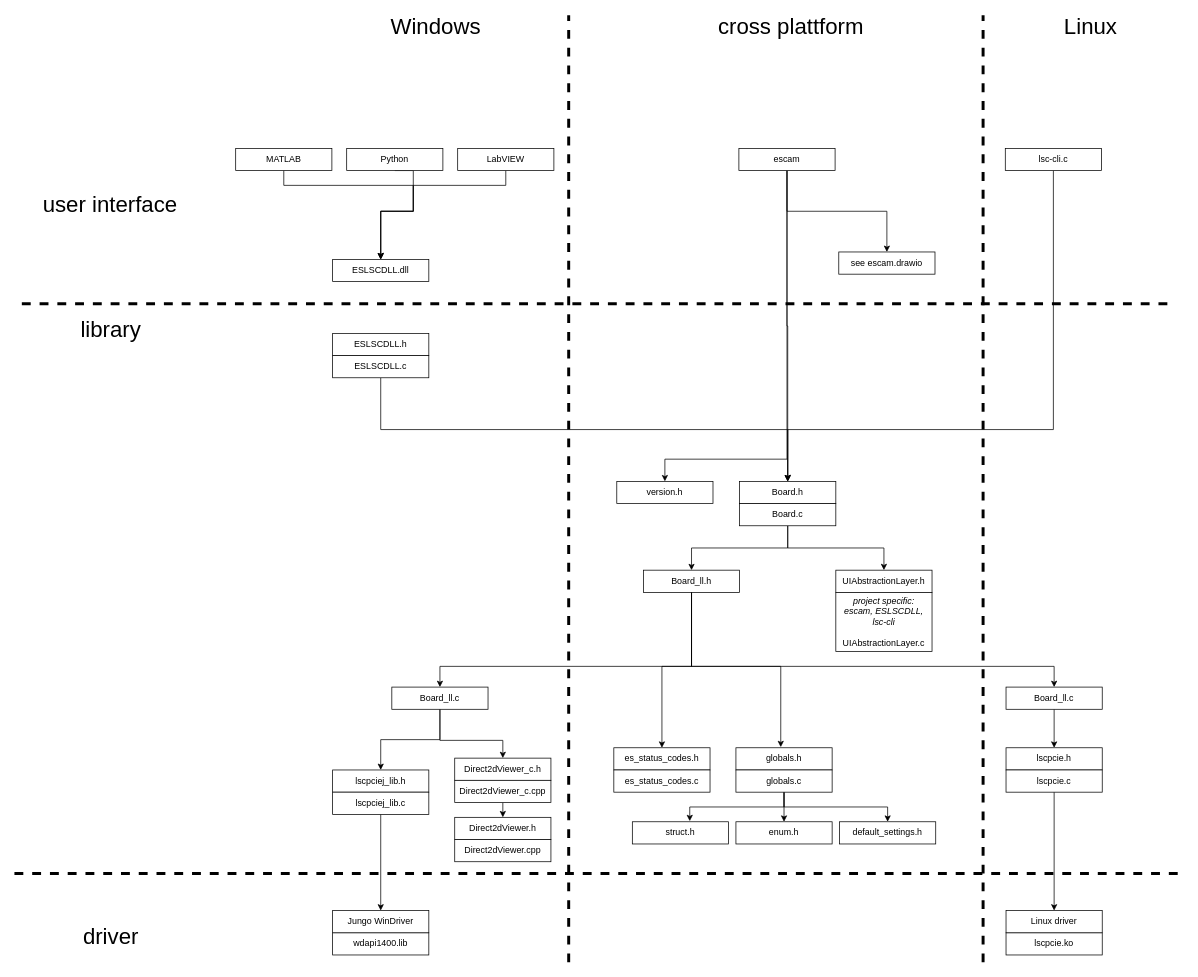
This is doc/software_structure.drawio from Entwicklungsburo-Stresing/EBST_CAM, a draw.io file, before an edit. Source tidied: cells renumbered, new cells numbered last; positions are measured from the earlier drawing's top-left corner, leaving out a move shared by most shapes. Both pictures are drawn from the tidied source at 74%, with x=0, y=0 at pixel (14, 15).
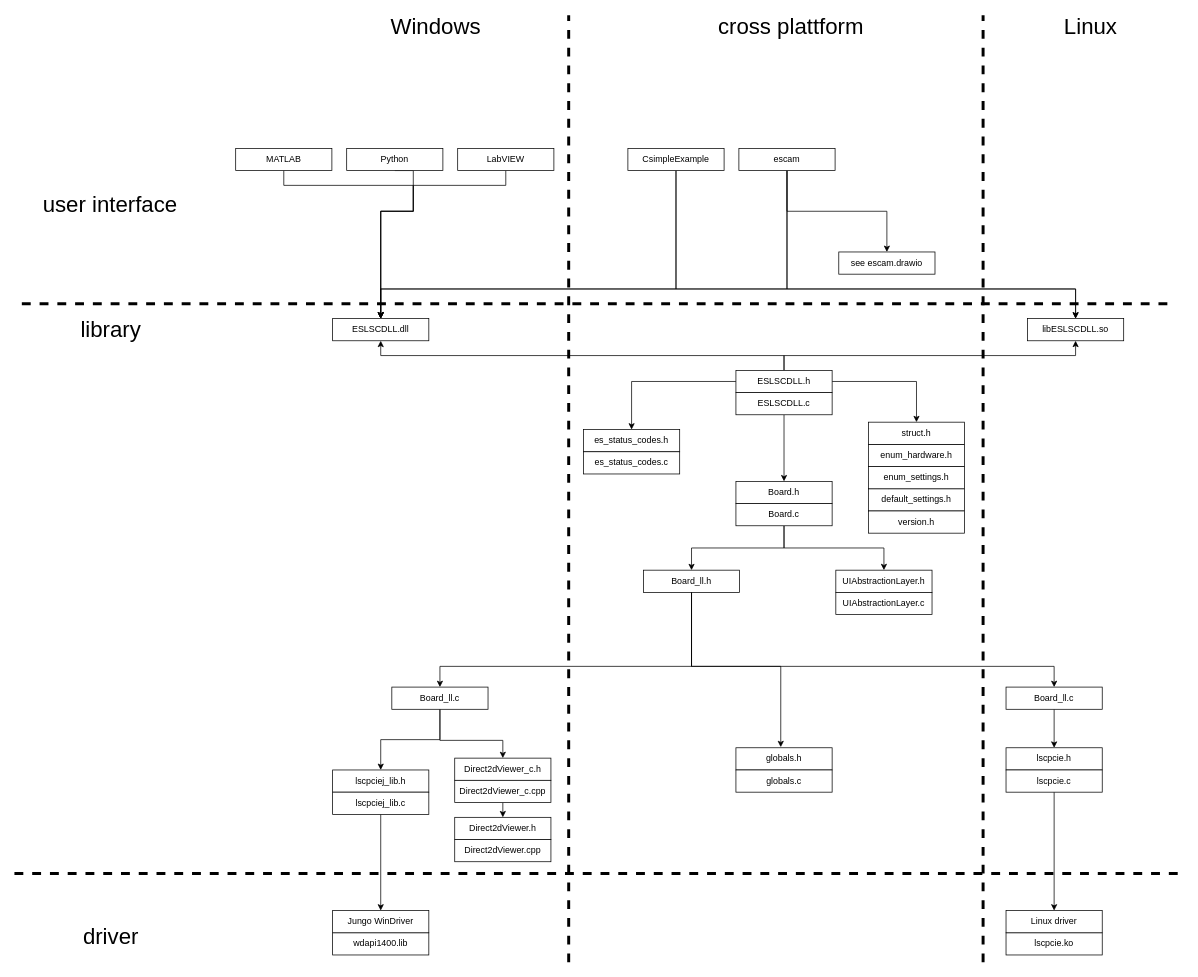
The same page after the edit.

The change refers to these unchanged cells:
```xml
<mxCell id="9" value="Board_ll.h" style="rounded=0;whiteSpace=wrap;html=1;" parent="1" vertex="1">
  <mxGeometry x="850" y="750" width="130" height="30" as="geometry" />
</mxCell>
<mxCell id="25" value="globals.c" style="rounded=0;whiteSpace=wrap;html=1;" parent="1" vertex="1">
  <mxGeometry x="975" y="1020" width="130" height="30" as="geometry" />
</mxCell>
<mxCell id="49" value="escam" style="rounded=0;whiteSpace=wrap;html=1;" parent="1" vertex="1">
  <mxGeometry x="979" y="180" width="130" height="30" as="geometry" />
</mxCell>
```

What changed in the source:
```diff
@@
     <mxCell id="2" value="Board.h" style="rounded=0;whiteSpace=wrap;html=1;" parent="1" vertex="1">
-      <mxGeometry x="980" y="630" width="130" height="30" as="geometry" />
+      <mxGeometry x="975" y="630" width="130" height="30" as="geometry" />
     </mxCell>
@@
     <mxCell id="5" value="Board.c" style="rounded=0;whiteSpace=wrap;html=1;" parent="1" vertex="1">
-      <mxGeometry x="980" y="660" width="130" height="30" as="geometry" />
+      <mxGeometry x="975" y="660" width="130" height="30" as="geometry" />
     </mxCell>
@@
-    <mxCell id="8" style="edgeStyle=orthogonalEdgeStyle;rounded=0;jettySize=auto;html=1;exitX=0.5;exitY=1;exitDx=0;exitDy=0;entryX=0.5;entryY=0;entryDx=0;entryDy=0;strokeWidth=1;" parent="1" edge="1" source="9" target="26">
-      <mxGeometry relative="1" as="geometry">
-        <Array as="points">
-          <mxPoint x="915" y="880" />
-          <mxPoint x="875" y="880" />
-        </Array>
-      </mxGeometry>
-    </mxCell>
@@
+    <mxCell id="71" style="edgeStyle=orthogonalEdgeStyle;rounded=0;jettySize=auto;html=1;entryX=0.5;entryY=1;entryDx=0;entryDy=0;exitX=0.5;exitY=0;exitDx=0;exitDy=0;" parent="1" edge="1" source="16" target="41">
+      <mxGeometry relative="1" as="geometry" />
+    </mxCell>
+    <mxCell id="72" style="edgeStyle=orthogonalEdgeStyle;rounded=0;jettySize=auto;html=1;exitX=0.5;exitY=0;exitDx=0;exitDy=0;entryX=0.5;entryY=1;entryDx=0;entryDy=0;" parent="1" edge="1" source="16" target="80">
+      <mxGeometry relative="1" as="geometry" />
+    </mxCell>
+    <mxCell id="73" style="edgeStyle=orthogonalEdgeStyle;rounded=0;jettySize=auto;html=1;exitX=1;exitY=0.5;exitDx=0;exitDy=0;entryX=0.5;entryY=0;entryDx=0;entryDy=0;" parent="1" edge="1" source="16" target="20">
+      <mxGeometry relative="1" as="geometry" />
+    </mxCell>
+    <mxCell id="74" style="edgeStyle=orthogonalEdgeStyle;rounded=0;jettySize=auto;html=1;entryX=0.5;entryY=0;entryDx=0;entryDy=0;" parent="1" edge="1" source="16" target="26">
+      <mxGeometry relative="1" as="geometry" />
+    </mxCell>
     <mxCell id="16" value="ESLSCDLL.h" style="rounded=0;whiteSpace=wrap;html=1;" parent="1" vertex="1">
-      <mxGeometry x="430" y="430" width="130" height="30" as="geometry" />
+      <mxGeometry x="975" y="480" width="130" height="30" as="geometry" />
     </mxCell>
@@
     <mxCell id="18" value="ESLSCDLL.c" style="rounded=0;whiteSpace=wrap;html=1;" parent="1" vertex="1">
-      <mxGeometry x="430" y="460" width="130" height="30" as="geometry" />
+      <mxGeometry x="975" y="510" width="130" height="30" as="geometry" />
     </mxCell>
-    <mxCell id="19" value="enum.h" style="rounded=0;whiteSpace=wrap;html=1;" parent="1" vertex="1">
-      <mxGeometry x="975" y="1090" width="130" height="30" as="geometry" />
+    <mxCell id="19" value="enum_hardware.h" style="rounded=0;whiteSpace=wrap;html=1;" parent="1" vertex="1">
+      <mxGeometry x="1154" y="580" width="130" height="30" as="geometry" />
     </mxCell>
     <mxCell id="20" value="struct.h" style="rounded=0;whiteSpace=wrap;html=1;" parent="1" vertex="1">
-      <mxGeometry x="835" y="1090" width="130" height="30" as="geometry" />
+      <mxGeometry x="1154" y="550" width="130" height="30" as="geometry" />
     </mxCell>
@@
-    <mxCell id="22" style="edgeStyle=orthogonalEdgeStyle;rounded=0;jettySize=auto;html=1;exitX=0.5;exitY=1;exitDx=0;exitDy=0;entryX=0.597;entryY=-0.027;entryDx=0;entryDy=0;entryPerimeter=0;" parent="1" edge="1" source="25" target="20">
-      <mxGeometry relative="1" as="geometry" />
-    </mxCell>
-    <mxCell id="23" style="edgeStyle=orthogonalEdgeStyle;rounded=0;jettySize=auto;html=1;exitX=0.5;exitY=1;exitDx=0;exitDy=0;entryX=0.5;entryY=0;entryDx=0;entryDy=0;" parent="1" edge="1" source="25" target="19">
-      <mxGeometry relative="1" as="geometry" />
-    </mxCell>
-    <mxCell id="24" style="edgeStyle=orthogonalEdgeStyle;rounded=0;jettySize=auto;html=1;exitX=0.5;exitY=1;exitDx=0;exitDy=0;" parent="1" edge="1" source="25" target="28">
-      <mxGeometry relative="1" as="geometry" />
-    </mxCell>
@@
     <mxCell id="26" value="es_status_codes.h" style="rounded=0;whiteSpace=wrap;html=1;" parent="1" vertex="1">
-      <mxGeometry x="810" y="990" width="130" height="30" as="geometry" />
+      <mxGeometry x="769" y="560" width="130" height="30" as="geometry" />
     </mxCell>
     <mxCell id="27" value="es_status_codes.c" style="rounded=0;whiteSpace=wrap;html=1;" parent="1" vertex="1">
-      <mxGeometry x="810" y="1020" width="130" height="30" as="geometry" />
+      <mxGeometry x="769" y="590" width="130" height="30" as="geometry" />
     </mxCell>
     <mxCell id="28" value="default_settings.h" style="rounded=0;whiteSpace=wrap;html=1;" parent="1" vertex="1">
-      <mxGeometry x="1115" y="1090" width="130" height="30" as="geometry" />
+      <mxGeometry x="1154" y="640" width="130" height="30" as="geometry" />
     </mxCell>
@@
-    <mxCell id="40" value="&lt;i&gt;project specific:&lt;br&gt;escam, ESLSCDLL, lsc-cli&lt;br&gt;&lt;br&gt;&lt;/i&gt;UIAbstractionLayer.c" style="rounded=0;whiteSpace=wrap;html=1;" parent="1" vertex="1">
-      <mxGeometry x="1110" y="780" width="130" height="80" as="geometry" />
-    </mxCell>
     <mxCell id="41" value="ESLSCDLL.dll" style="rounded=0;whiteSpace=wrap;html=1;" parent="1" vertex="1">
-      <mxGeometry x="430" y="330" width="130" height="30" as="geometry" />
+      <mxGeometry x="430" y="410" width="130" height="30" as="geometry" />
     </mxCell>
@@
-    <mxCell id="44" style="edgeStyle=orthogonalEdgeStyle;rounded=0;jettySize=auto;html=1;exitX=0.5;exitY=1;exitDx=0;exitDy=0;entryX=0.5;entryY=0;entryDx=0;entryDy=0;" parent="1" edge="1" source="45" target="2">
-      <mxGeometry relative="1" as="geometry">
-        <Array as="points">
-          <mxPoint x="1404" y="560" />
-          <mxPoint x="1045" y="560" />
-        </Array>
-      </mxGeometry>
-    </mxCell>
-    <mxCell id="45" value="lsc-cli.c" style="rounded=0;whiteSpace=wrap;html=1;" parent="1" vertex="1">
-      <mxGeometry x="1339" y="180" width="130" height="30" as="geometry" />
-    </mxCell>
-    <mxCell id="46" style="edgeStyle=orthogonalEdgeStyle;rounded=0;jettySize=auto;html=1;exitX=0.5;exitY=1;exitDx=0;exitDy=0;entryX=0.5;entryY=0;entryDx=0;entryDy=0;strokeWidth=1;" parent="1" edge="1" source="49" target="2">
-      <mxGeometry relative="1" as="geometry">
-        <Array as="points">
-          <mxPoint x="1044" y="420" />
-          <mxPoint x="1045" y="420" />
-        </Array>
-      </mxGeometry>
-    </mxCell>
@@
-    <mxCell id="48" style="edgeStyle=orthogonalEdgeStyle;rounded=0;jettySize=auto;html=1;exitX=0.5;exitY=1;exitDx=0;exitDy=0;entryX=0.5;entryY=0;entryDx=0;entryDy=0;" parent="1" edge="1" source="49" target="66">
-      <mxGeometry relative="1" as="geometry">
-        <Array as="points">
-          <mxPoint x="1044" y="600" />
-          <mxPoint x="879" y="600" />
-        </Array>
-      </mxGeometry>
-    </mxCell>
+    <mxCell id="75" style="edgeStyle=orthogonalEdgeStyle;rounded=0;jettySize=auto;html=1;exitX=0.5;exitY=1;exitDx=0;exitDy=0;entryX=0.5;entryY=0;entryDx=0;entryDy=0;" parent="1" edge="1" source="49" target="80">
+      <mxGeometry relative="1" as="geometry">
+        <Array as="points">
+          <mxPoint x="1044" y="370" />
+          <mxPoint x="1434" y="370" />
+        </Array>
+      </mxGeometry>
+    </mxCell>
+    <mxCell id="76" style="edgeStyle=orthogonalEdgeStyle;rounded=0;jettySize=auto;html=1;exitX=0.5;exitY=1;exitDx=0;exitDy=0;entryX=0.5;entryY=0;entryDx=0;entryDy=0;" parent="1" edge="1" source="49" target="41">
+      <mxGeometry relative="1" as="geometry">
+        <Array as="points">
+          <mxPoint x="1044" y="370" />
+          <mxPoint x="495" y="370" />
+        </Array>
+      </mxGeometry>
+    </mxCell>
@@
     <mxCell id="66" value="version.h" style="rounded=0;whiteSpace=wrap;html=1;" parent="1" vertex="1">
-      <mxGeometry x="814" y="630" width="130" height="30" as="geometry" />
+      <mxGeometry x="1154" y="670" width="130" height="30" as="geometry" />
     </mxCell>
@@
+    <mxCell id="77" style="edgeStyle=orthogonalEdgeStyle;rounded=0;jettySize=auto;html=1;exitX=0.5;exitY=1;exitDx=0;exitDy=0;entryX=0.5;entryY=0;entryDx=0;entryDy=0;" parent="1" edge="1" source="79" target="80">
+      <mxGeometry relative="1" as="geometry">
+        <Array as="points">
+          <mxPoint x="894" y="370" />
+          <mxPoint x="1434" y="370" />
+        </Array>
+      </mxGeometry>
+    </mxCell>
+    <mxCell id="78" style="edgeStyle=orthogonalEdgeStyle;rounded=0;jettySize=auto;html=1;exitX=0.5;exitY=1;exitDx=0;exitDy=0;entryX=0.5;entryY=0;entryDx=0;entryDy=0;" parent="1" edge="1" source="79" target="41">
+      <mxGeometry relative="1" as="geometry">
+        <Array as="points">
+          <mxPoint x="894" y="370" />
+          <mxPoint x="495" y="370" />
+        </Array>
+      </mxGeometry>
+    </mxCell>
+    <mxCell id="79" value="CsimpleExample" style="rounded=0;whiteSpace=wrap;html=1;" parent="1" vertex="1">
+      <mxGeometry x="829" y="180" width="130" height="30" as="geometry" />
+    </mxCell>
+    <mxCell id="80" value="libESLSCDLL.so" style="rounded=0;whiteSpace=wrap;html=1;" parent="1" vertex="1">
+      <mxGeometry x="1369" y="410" width="130" height="30" as="geometry" />
+    </mxCell>
+    <mxCell id="81" value="UIAbstractionLayer.c" style="rounded=0;whiteSpace=wrap;html=1;" parent="1" vertex="1">
+      <mxGeometry x="1110" y="780" width="130" height="30" as="geometry" />
+    </mxCell>
+    <mxCell id="82" value="enum_settings.h" style="rounded=0;whiteSpace=wrap;html=1;" parent="1" vertex="1">
+      <mxGeometry x="1154" y="610" width="130" height="30" as="geometry" />
+    </mxCell>
```
